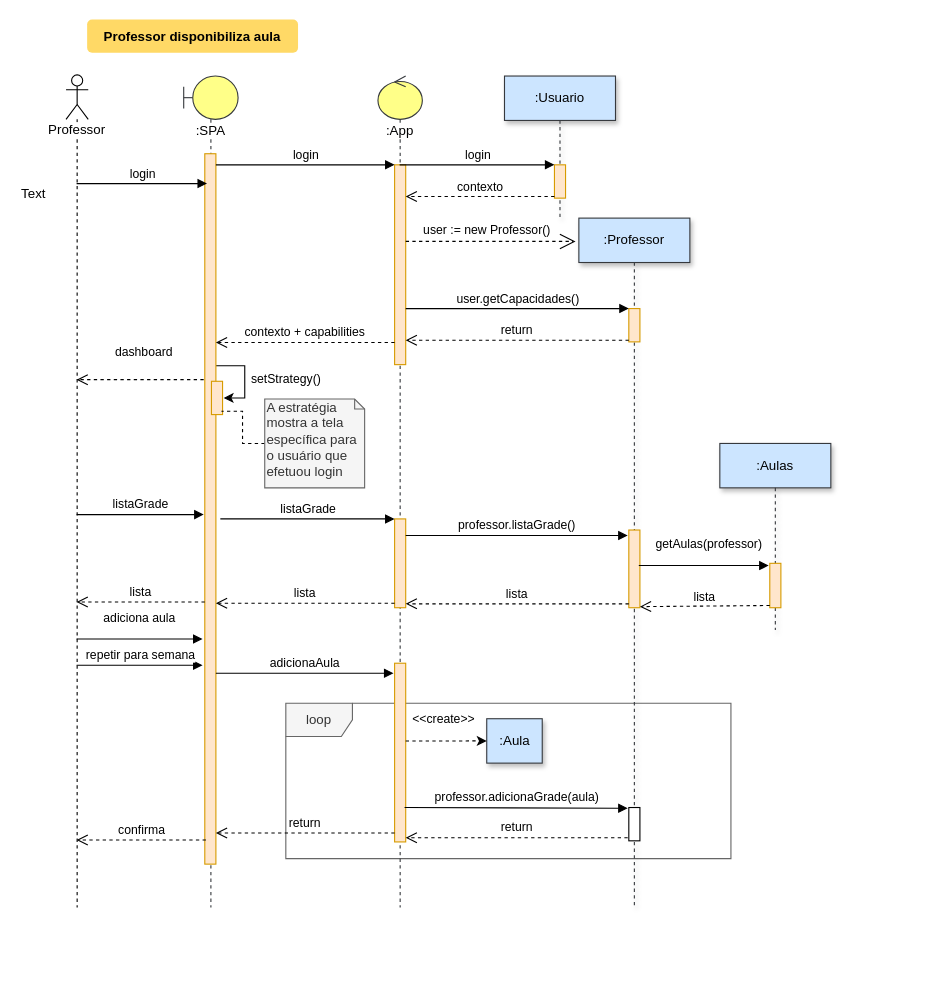
Above: sequencia_cria_reserva.drawio in Neandertals/personal (draw.io), before the change. Source tidied: cells renumbered, new cells numbered last; positions are measured from the earlier drawing's top-left corner, leaving out a move shared by most shapes. Both pictures are drawn from the tidied source at 111%, with x=0, y=0 at pixel (19, 19).
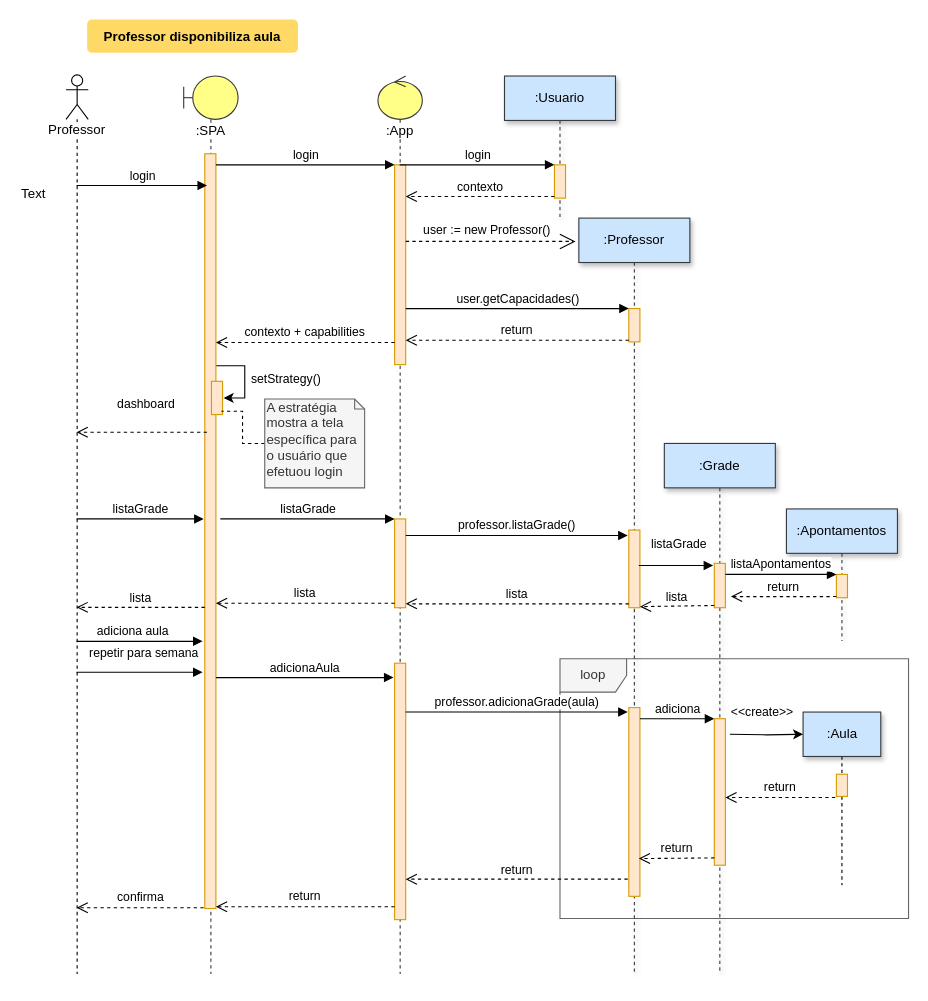
The same diagram, later.

Change to the diagram source:
```diff
@@
     <mxCell id="2" value="loop" style="shape=umlFrame;whiteSpace=wrap;html=1;fillColor=#f5f5f5;strokeColor=#666666;fontColor=#333333;gradientColor=none;swimlaneFillColor=none;" parent="1" vertex="1">
-      <mxGeometry x="240" y="616" width="401" height="140" as="geometry" />
+      <mxGeometry x="487" y="576" width="314" height="234" as="geometry" />
     </mxCell>
     <mxCell id="3" value=":SPA" style="shape=umlLifeline;participant=umlBoundary;perimeter=lifelinePerimeter;whiteSpace=wrap;html=1;verticalAlign=top;spacingTop=36;labelBackgroundColor=#ffffff;size=39;fillColor=#ffff88;strokeColor=#36393d;" parent="1" vertex="1">
-      <mxGeometry x="148" y="51" width="49" height="749" as="geometry" />
+      <mxGeometry x="148" y="51" width="49" height="809" as="geometry" />
     </mxCell>
@@
     <mxCell id="5" style="html=1;points=[];perimeter=orthogonalPerimeter;fillColor=#ffe6cc;strokeColor=#d79b00;" parent="3" vertex="1">
-      <mxGeometry x="19" y="70" width="10" height="640" as="geometry" />
+      <mxGeometry x="19" y="70" width="10" height="680" as="geometry" />
     </mxCell>
@@
     <mxCell id="8" value="Professor&lt;br&gt;" style="shape=umlLifeline;participant=umlActor;perimeter=lifelinePerimeter;whiteSpace=wrap;html=1;verticalAlign=top;spacingTop=36;labelBackgroundColor=#ffffff;outlineConnect=0;" parent="1" vertex="1">
-      <mxGeometry x="42" y="50" width="20" height="750" as="geometry" />
+      <mxGeometry x="42" y="50" width="20" height="810" as="geometry" />
     </mxCell>
@@
     <mxCell id="11" value=":App" style="shape=umlLifeline;participant=umlControl;perimeter=lifelinePerimeter;whiteSpace=wrap;html=1;verticalAlign=top;spacingTop=36;labelBackgroundColor=#ffffff;outlineConnect=0;size=39;fillColor=#ffff88;strokeColor=#36393d;" parent="1" vertex="1">
-      <mxGeometry x="323" y="51" width="40" height="749" as="geometry" />
+      <mxGeometry x="323" y="51" width="40" height="809" as="geometry" />
     </mxCell>
@@
     <mxCell id="14" style="html=1;points=[];perimeter=orthogonalPerimeter;fillColor=#ffe6cc;strokeColor=#d79b00;" parent="11" vertex="1">
-      <mxGeometry x="15" y="529" width="10" height="161" as="geometry" />
+      <mxGeometry x="15" y="529" width="10" height="231" as="geometry" />
     </mxCell>
@@
-    <mxCell id="20" value="dashboard" style="html=1;verticalAlign=bottom;endArrow=open;dashed=1;endSize=8;exitX=-0.1;exitY=0.318;exitDx=0;exitDy=0;exitPerimeter=0;" parent="1" edge="1" source="5" target="8">
+    <mxCell id="20" value="dashboard" style="html=1;verticalAlign=bottom;endArrow=open;dashed=1;endSize=8;exitX=0.2;exitY=0.369;exitDx=0;exitDy=0;exitPerimeter=0;" parent="1" edge="1" source="5" target="8">
       <mxGeometry x="-0.06" y="-16" relative="1" as="geometry" />
     </mxCell>
     <mxCell id="21" value=":Professor" style="shape=umlLifeline;perimeter=lifelinePerimeter;whiteSpace=wrap;html=1;shadow=1;strokeColor=#36393d;fillColor=#cce5ff;" parent="1" vertex="1">
-      <mxGeometry x="504" y="179" width="100" height="621" as="geometry" />
+      <mxGeometry x="504" y="179" width="100" height="681" as="geometry" />
     </mxCell>
@@
-    <mxCell id="29" value=":Aulas" style="shape=umlLifeline;perimeter=lifelinePerimeter;whiteSpace=wrap;html=1;shadow=1;strokeColor=#36393d;fillColor=#cce5ff;" parent="1" vertex="1">
-      <mxGeometry x="631" y="382" width="100" height="168" as="geometry" />
+    <mxCell id="29" value=":Grade" style="shape=umlLifeline;perimeter=lifelinePerimeter;whiteSpace=wrap;html=1;shadow=1;strokeColor=#36393d;fillColor=#cce5ff;" parent="1" vertex="1">
+      <mxGeometry x="581" y="382" width="100" height="478" as="geometry" />
     </mxCell>
+    <mxCell id="50" style="html=1;points=[];perimeter=orthogonalPerimeter;strokeColor=#d79b00;fillColor=#ffe6cc;" parent="29" vertex="1">
+      <mxGeometry x="45" y="248" width="10" height="132" as="geometry" />
+    </mxCell>
-    <mxCell id="30" value="listaGrade" style="html=1;verticalAlign=bottom;endArrow=block;entryX=-0.1;entryY=0.508;entryDx=0;entryDy=0;entryPerimeter=0;" parent="1" edge="1" source="8" target="5">
-      <mxGeometry relative="1" as="geometry" />
+    <mxCell id="30" value="listaGrade" style="html=1;verticalAlign=bottom;endArrow=block;" parent="1" edge="1" source="8">
+      <mxGeometry relative="1" as="geometry">
+        <mxPoint x="166" y="450" as="targetPoint" />
+      </mxGeometry>
     </mxCell>
@@
-    <mxCell id="35" value="lista" style="html=1;verticalAlign=bottom;endArrow=open;dashed=1;endSize=8;exitX=0;exitY=0.631;exitDx=0;exitDy=0;exitPerimeter=0;" parent="1" edge="1" source="5" target="8">
+    <mxCell id="35" value="lista" style="html=1;verticalAlign=bottom;endArrow=open;dashed=1;endSize=8;exitX=0;exitY=0.601;exitDx=0;exitDy=0;exitPerimeter=0;" parent="1" edge="1" source="5" target="8">
       <mxGeometry relative="1" as="geometry" />
     </mxCell>
     <mxCell id="36" style="html=1;points=[];perimeter=orthogonalPerimeter;fillColor=#ffe6cc;strokeColor=#d79b00;" parent="1" vertex="1">
-      <mxGeometry x="676" y="490" width="10" height="40" as="geometry" />
+      <mxGeometry x="626" y="490" width="10" height="40" as="geometry" />
     </mxCell>
-    <mxCell id="37" value="getAulas(professor)" style="html=1;verticalAlign=bottom;endArrow=block;entryX=-0.1;entryY=0.05;entryDx=0;entryDy=0;entryPerimeter=0;" parent="1" edge="1" target="36">
+    <mxCell id="37" value="listaGrade" style="html=1;verticalAlign=bottom;endArrow=block;entryX=-0.1;entryY=0.05;entryDx=0;entryDy=0;entryPerimeter=0;" parent="1" edge="1" target="36">
       <mxGeometry x="0.07" y="10" relative="1" as="geometry">
         <mxPoint x="558" y="492" as="sourcePoint" />
       </mxGeometry>
     </mxCell>
@@
-    <mxCell id="39" value="adiciona aula" style="html=1;verticalAlign=bottom;endArrow=block;entryX=-0.2;entryY=0.683;entryDx=0;entryDy=0;entryPerimeter=0;" parent="1" edge="1" source="8" target="5">
-      <mxGeometry x="-0.01" y="10" relative="1" as="geometry" />
+    <mxCell id="39" value="adiciona aula" style="html=1;verticalAlign=bottom;endArrow=block;entryX=-0.2;entryY=0.646;entryDx=0;entryDy=0;entryPerimeter=0;" parent="1" edge="1" source="8" target="5">
+      <mxGeometry x="-0.13" relative="1" as="geometry">
+        <mxPoint x="1" as="offset" />
+      </mxGeometry>
     </mxCell>
@@
-    <mxCell id="42" value="professor.adicionaGrade(aula)" style="html=1;verticalAlign=bottom;endArrow=block;entryX=-0.1;entryY=0.023;entryDx=0;entryDy=0;entryPerimeter=0;exitX=0.9;exitY=0.807;exitDx=0;exitDy=0;exitPerimeter=0;" parent="1" edge="1" source="14" target="46">
+    <mxCell id="42" value="professor.adicionaGrade(aula)" style="html=1;verticalAlign=bottom;endArrow=block;entryX=-0.1;entryY=0.023;entryDx=0;entryDy=0;entryPerimeter=0;" parent="1" edge="1" source="14" target="46">
       <mxGeometry relative="1" as="geometry" />
     </mxCell>
@@
-    <mxCell id="44" value="repetir para semana" style="html=1;verticalAlign=bottom;endArrow=block;entryX=-0.2;entryY=0.72;entryDx=0;entryDy=0;entryPerimeter=0;" parent="1" edge="1" source="8" target="5">
-      <mxGeometry relative="1" as="geometry" />
+    <mxCell id="44" value="repetir para semana" style="html=1;verticalAlign=bottom;endArrow=block;entryX=-0.2;entryY=0.687;entryDx=0;entryDy=0;entryPerimeter=0;" parent="1" edge="1" source="8" target="5">
+      <mxGeometry x="0.05" y="8" relative="1" as="geometry" />
     </mxCell>
+    <mxCell id="51" style="edgeStyle=orthogonalEdgeStyle;rounded=0;jettySize=auto;html=1;entryX=0.5;entryY=0.04;entryDx=0;entryDy=0;entryPerimeter=0;endArrow=none;endFill=0;dashed=1;" parent="1" edge="1" source="45">
+      <mxGeometry relative="1" as="geometry">
+        <mxPoint x="741" y="695" as="targetPoint" />
+      </mxGeometry>
+    </mxCell>
     <mxCell id="45" value=":Aula" style="html=1;shadow=1;strokeColor=#36393d;fillColor=#cce5ff;" parent="1" vertex="1">
-      <mxGeometry x="421" y="630" width="50" height="40" as="geometry" />
+      <mxGeometry x="706" y="624" width="70" height="40" as="geometry" />
     </mxCell>
-    <mxCell id="46" style="html=1;points=[];perimeter=orthogonalPerimeter;" parent="1" vertex="1">
-      <mxGeometry x="549" y="710" width="10" height="30" as="geometry" />
+    <mxCell id="46" style="html=1;points=[];perimeter=orthogonalPerimeter;strokeColor=#d79b00;fillColor=#ffe6cc;" parent="1" vertex="1">
+      <mxGeometry x="549" y="620" width="10" height="170" as="geometry" />
     </mxCell>
-    <mxCell id="47" value="&amp;lt;&amp;lt;create&amp;gt;&amp;gt;" style="edgeStyle=orthogonalEdgeStyle;rounded=0;jettySize=auto;html=1;entryX=0;entryY=0.5;entryDx=0;entryDy=0;dashed=1;exitX=1;exitY=0.435;exitDx=0;exitDy=0;exitPerimeter=0;" parent="1" edge="1" source="14" target="45">
-      <mxGeometry x="-0.08" y="20" relative="1" as="geometry" />
+    <mxCell id="47" value="&amp;lt;&amp;lt;create&amp;gt;&amp;gt;" style="edgeStyle=orthogonalEdgeStyle;rounded=0;jettySize=auto;html=1;entryX=0;entryY=0.5;entryDx=0;entryDy=0;" parent="1" edge="1" target="45">
+      <mxGeometry x="-0.13" y="20" relative="1" as="geometry">
+        <mxPoint x="640" y="644" as="sourcePoint" />
+      </mxGeometry>
     </mxCell>
-    <mxCell id="48" value="confirma" style="html=1;verticalAlign=bottom;endArrow=open;dashed=1;endSize=8;exitX=0.1;exitY=0.966;exitDx=0;exitDy=0;exitPerimeter=0;" parent="1" edge="1" source="5" target="8">
+    <mxCell id="48" value="confirma" style="html=1;verticalAlign=bottom;endArrow=open;dashed=1;endSize=8;exitX=-0.1;exitY=0.999;exitDx=0;exitDy=0;exitPerimeter=0;" parent="1" edge="1" source="5" target="8">
       <mxGeometry relative="1" as="geometry" />
     </mxCell>
@@
+    <mxCell id="52" value=":Apontamentos" style="shape=umlLifeline;perimeter=lifelinePerimeter;whiteSpace=wrap;html=1;shadow=1;strokeColor=#36393d;fillColor=#cce5ff;" parent="1" vertex="1">
+      <mxGeometry x="691" y="441" width="100" height="119" as="geometry" />
+    </mxCell>
+    <mxCell id="53" style="html=1;points=[];perimeter=orthogonalPerimeter;strokeColor=#d79b00;fillColor=#ffe6cc;" parent="52" vertex="1">
+      <mxGeometry x="45" y="59" width="10" height="21" as="geometry" />
+    </mxCell>
+    <mxCell id="54" value="return" style="html=1;verticalAlign=bottom;endArrow=open;dashed=1;endSize=8;exitX=0;exitY=0.95;entryX=1.5;entryY=0.749;entryDx=0;entryDy=0;entryPerimeter=0;" parent="1" edge="1" source="53" target="36">
+      <mxGeometry relative="1" as="geometry" />
+    </mxCell>
+    <mxCell id="55" value="listaApontamentos" style="html=1;verticalAlign=bottom;endArrow=block;entryX=0;entryY=0;" parent="1" edge="1" source="36" target="53">
+      <mxGeometry relative="1" as="geometry" />
+    </mxCell>
+    <mxCell id="56" value="adiciona" style="html=1;verticalAlign=bottom;endArrow=block;entryX=0;entryY=0;" parent="1" edge="1" source="46" target="50">
+      <mxGeometry relative="1" as="geometry" />
+    </mxCell>
+    <mxCell id="57" value="return" style="html=1;verticalAlign=bottom;endArrow=open;dashed=1;endSize=8;exitX=0;exitY=0.95;entryX=0.9;entryY=0.8;entryDx=0;entryDy=0;entryPerimeter=0;" parent="1" edge="1" source="50" target="46">
+      <mxGeometry relative="1" as="geometry" />
+    </mxCell>
+    <mxCell id="58" value="return" style="html=1;verticalAlign=bottom;endArrow=open;dashed=1;endSize=8;exitX=-0.1;exitY=1.05;exitDx=0;exitDy=0;exitPerimeter=0;" parent="1" edge="1" source="60" target="50">
+      <mxGeometry relative="1" as="geometry" />
+    </mxCell>
+    <mxCell id="59" style="edgeStyle=orthogonalEdgeStyle;rounded=0;jettySize=auto;html=1;endArrow=none;endFill=0;dashed=1;" parent="1" edge="1" source="60">
+      <mxGeometry relative="1" as="geometry">
+        <mxPoint x="741" y="780" as="targetPoint" />
+      </mxGeometry>
+    </mxCell>
+    <mxCell id="60" style="html=1;points=[];perimeter=orthogonalPerimeter;strokeColor=#d79b00;fillColor=#ffe6cc;" parent="1" vertex="1">
+      <mxGeometry x="736" y="680" width="10" height="20" as="geometry" />
+    </mxCell>
```
